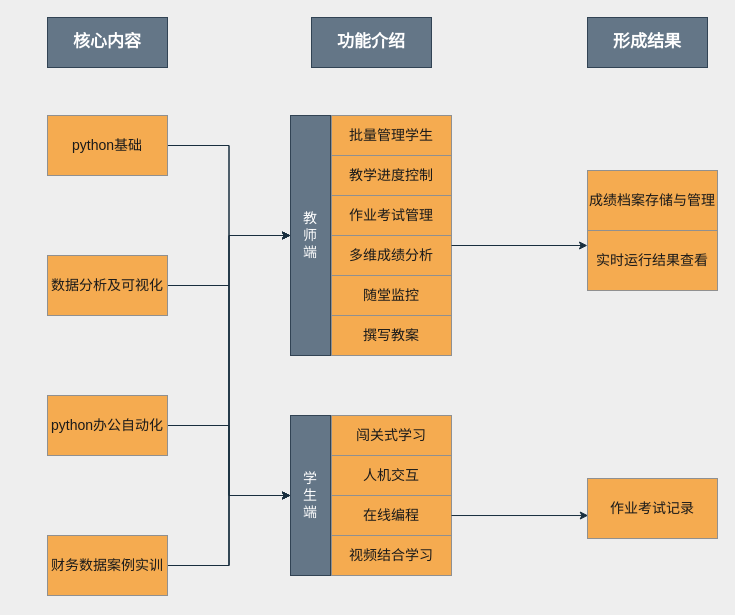
This is 未命名绘图.drawio from oldKing997/diagramsRepository, a draw.io file, before an edit. Source tidied: cells renumbered, new cells numbered last; positions are measured from the earlier drawing's top-left corner, leaving out a move shared by most shapes. Both pictures are drawn from the tidied source at 100%, with x=0, y=0 at pixel (47, 17).
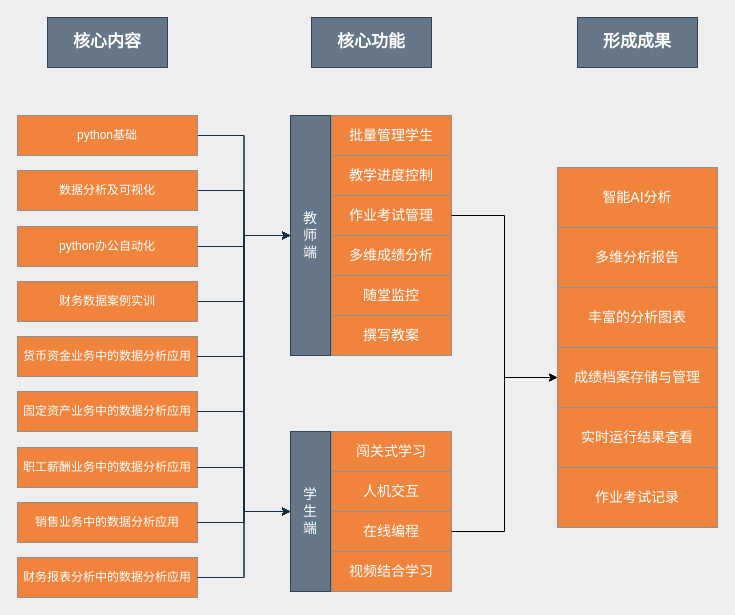
After the change.

Commit message:
更新未命名绘图.drawio

Unchanged cells that the change refers to:
```xml
<mxCell id="14" style="group;" parent="1" vertex="1">
  <mxGeometry x="243" y="98" width="161" height="240" as="geometry" />
</mxCell>
<mxCell id="15" value="教&lt;br style=&quot;font-size: 14px;&quot;&gt;师&lt;br style=&quot;font-size: 14px;&quot;&gt;端" style="rounded=0;whiteSpace=wrap;html=1;sketch=0;align=center;verticalAlign=middle;fillColor=#647687;strokeColor=#314354;fontSize=14;fontColor=#ffffff;" parent="14" vertex="1">
  <mxGeometry width="40" height="240" as="geometry" />
</mxCell>
<mxCell id="23" value="学&lt;br&gt;生&lt;br&gt;端" style="rounded=0;whiteSpace=wrap;html=1;sketch=0;align=center;verticalAlign=middle;fillColor=#647687;strokeColor=#314354;fontSize=14;fontColor=#ffffff;" parent="22" vertex="1">
  <mxGeometry width="40" height="160" as="geometry" />
</mxCell>
```

What changed in the source:
```diff
@@
-    <mxCell id="4" value="python基础" style="rounded=0;whiteSpace=wrap;html=1;fillColor=#F5AB50;strokeColor=#909090;fontColor=#1A1A1A;fontSize=14;" parent="1" vertex="1">
-      <mxGeometry y="98" width="120" height="60" as="geometry" />
+    <mxCell id="4" value="python基础" style="rounded=0;whiteSpace=wrap;html=1;fillColor=#F0843D;strokeColor=#909090;fontColor=#FFFFFF;fontSize=12;sketch=0;" parent="1" vertex="1">
+      <mxGeometry x="-30" y="98" width="180" height="40" as="geometry" />
     </mxCell>
@@
-    <mxCell id="7" value="数据分析及可视化" style="rounded=0;whiteSpace=wrap;html=1;sketch=0;fontColor=#1A1A1A;strokeColor=#909090;fillColor=#F5AB50;fontSize=14;" parent="1" vertex="1">
-      <mxGeometry y="238" width="120" height="60" as="geometry" />
+    <mxCell id="7" value="数据分析及可视化" style="rounded=0;whiteSpace=wrap;html=1;sketch=0;fontColor=#FFFFFF;strokeColor=#909090;fillColor=#F0843D;fontSize=12;" parent="1" vertex="1">
+      <mxGeometry x="-30" y="153" width="180" height="40" as="geometry" />
     </mxCell>
@@
-    <mxCell id="9" value="python办公自动化" style="rounded=0;whiteSpace=wrap;html=1;sketch=0;fontColor=#1A1A1A;strokeColor=#909090;fillColor=#F5AB50;fontSize=14;" parent="1" vertex="1">
-      <mxGeometry y="378" width="120" height="60" as="geometry" />
+    <mxCell id="9" value="python办公自动化" style="rounded=0;whiteSpace=wrap;html=1;sketch=0;fontColor=#FFFFFF;strokeColor=#909090;fillColor=#F0843D;fontSize=12;" parent="1" vertex="1">
+      <mxGeometry x="-30" y="209" width="180" height="40" as="geometry" />
     </mxCell>
-    <mxCell id="10" style="edgeStyle=orthogonalEdgeStyle;rounded=0;sketch=0;jettySize=auto;html=1;fontSize=14;fontColor=#1A1A1A;strokeColor=#182E3E;" parent="1" edge="1" source="13" target="23">
+    <mxCell id="10" style="edgeStyle=orthogonalEdgeStyle;rounded=0;sketch=0;jettySize=auto;html=1;fontSize=14;fontColor=#1A1A1A;strokeColor=#182E3E;entryX=0;entryY=0.5;entryDx=0;entryDy=0;" parent="1" edge="1" source="13" target="23">
       <mxGeometry relative="1" as="geometry" />
     </mxCell>
@@
-    <mxCell id="13" value="财务数据案例实训" style="rounded=0;whiteSpace=wrap;html=1;sketch=0;fontColor=#1A1A1A;strokeColor=#909090;fillColor=#F5AB50;fontSize=14;" parent="1" vertex="1">
-      <mxGeometry y="518" width="120" height="60" as="geometry" />
+    <mxCell id="13" value="财务数据案例实训" style="rounded=0;whiteSpace=wrap;html=1;sketch=0;fontColor=#FFFFFF;strokeColor=#909090;fillColor=#F0843D;fontSize=12;" parent="1" vertex="1">
+      <mxGeometry x="-30" y="264" width="180" height="40" as="geometry" />
     </mxCell>
@@
-    <mxCell id="16" value="&lt;p class=&quot;MsoBodyText&quot;&gt;批量管理学生&lt;span lang=&quot;EN-US&quot;&gt;&lt;/span&gt;&lt;/p&gt;" style="rounded=0;whiteSpace=wrap;html=1;sketch=0;fontSize=14;fontColor=#1A1A1A;strokeColor=#909090;fillColor=#F5AB50;align=center;verticalAlign=middle;" parent="14" vertex="1">
+    <mxCell id="16" value="&lt;p class=&quot;MsoBodyText&quot;&gt;批量管理学生&lt;span lang=&quot;EN-US&quot;&gt;&lt;/span&gt;&lt;/p&gt;" style="rounded=0;whiteSpace=wrap;html=1;sketch=0;fontSize=14;fontColor=#FFFFFF;strokeColor=#909090;fillColor=#F0843D;align=center;verticalAlign=middle;" parent="14" vertex="1">
       <mxGeometry x="41" width="120" height="40" as="geometry" />
     </mxCell>
-    <mxCell id="17" value="&lt;p class=&quot;MsoBodyText&quot;&gt;教学进度控制&lt;span lang=&quot;EN-US&quot;&gt;&lt;/span&gt;&lt;/p&gt;" style="rounded=0;whiteSpace=wrap;html=1;sketch=0;fontSize=14;fontColor=#1A1A1A;strokeColor=#909090;fillColor=#F5AB50;align=center;verticalAlign=middle;" parent="14" vertex="1">
+    <mxCell id="17" value="&lt;p class=&quot;MsoBodyText&quot;&gt;教学进度控制&lt;span lang=&quot;EN-US&quot;&gt;&lt;/span&gt;&lt;/p&gt;" style="rounded=0;whiteSpace=wrap;html=1;sketch=0;fontSize=14;fontColor=#FFFFFF;strokeColor=#909090;fillColor=#F0843D;align=center;verticalAlign=middle;" parent="14" vertex="1">
       <mxGeometry x="41" y="40" width="120" height="40" as="geometry" />
     </mxCell>
-    <mxCell id="18" value="&lt;p class=&quot;MsoBodyText&quot;&gt;作业考试管理&lt;span lang=&quot;EN-US&quot;&gt;&lt;/span&gt;&lt;/p&gt;" style="rounded=0;whiteSpace=wrap;html=1;sketch=0;fontSize=14;fontColor=#1A1A1A;strokeColor=#909090;fillColor=#F5AB50;align=center;verticalAlign=middle;" parent="14" vertex="1">
+    <mxCell id="18" value="&lt;p class=&quot;MsoBodyText&quot;&gt;作业考试管理&lt;span lang=&quot;EN-US&quot;&gt;&lt;/span&gt;&lt;/p&gt;" style="rounded=0;whiteSpace=wrap;html=1;sketch=0;fontSize=14;fontColor=#FFFFFF;strokeColor=#909090;fillColor=#F0843D;align=center;verticalAlign=middle;" parent="14" vertex="1">
       <mxGeometry x="41" y="80" width="120" height="40" as="geometry" />
     </mxCell>
-    <mxCell id="19" value="多维成绩分析" style="rounded=0;whiteSpace=wrap;html=1;sketch=0;fontSize=14;fontColor=#1A1A1A;strokeColor=#909090;fillColor=#F5AB50;align=center;verticalAlign=middle;" parent="14" vertex="1">
+    <mxCell id="19" value="多维成绩分析" style="rounded=0;whiteSpace=wrap;html=1;sketch=0;fontSize=14;fontColor=#FFFFFF;strokeColor=#909090;fillColor=#F0843D;align=center;verticalAlign=middle;" parent="14" vertex="1">
       <mxGeometry x="41" y="120" width="120" height="40" as="geometry" />
     </mxCell>
-    <mxCell id="20" value="&lt;p class=&quot;MsoBodyText&quot;&gt;随堂监控&lt;span lang=&quot;EN-US&quot;&gt;&lt;/span&gt;&lt;/p&gt;" style="rounded=0;whiteSpace=wrap;html=1;sketch=0;fontSize=14;fontColor=#1A1A1A;strokeColor=#909090;fillColor=#F5AB50;align=center;verticalAlign=middle;" parent="14" vertex="1">
+    <mxCell id="20" value="&lt;p class=&quot;MsoBodyText&quot;&gt;随堂监控&lt;span lang=&quot;EN-US&quot;&gt;&lt;/span&gt;&lt;/p&gt;" style="rounded=0;whiteSpace=wrap;html=1;sketch=0;fontSize=14;fontColor=#FFFFFF;strokeColor=#909090;fillColor=#F0843D;align=center;verticalAlign=middle;" parent="14" vertex="1">
       <mxGeometry x="41" y="160" width="120" height="40" as="geometry" />
     </mxCell>
-    <mxCell id="21" value="&lt;p class=&quot;MsoBodyText&quot;&gt;撰写教案&lt;span lang=&quot;EN-US&quot;&gt;&lt;/span&gt;&lt;/p&gt;" style="rounded=0;whiteSpace=wrap;html=1;sketch=0;fontSize=14;fontColor=#1A1A1A;strokeColor=#909090;fillColor=#F5AB50;align=center;verticalAlign=middle;" parent="14" vertex="1">
+    <mxCell id="21" value="&lt;p class=&quot;MsoBodyText&quot;&gt;撰写教案&lt;span lang=&quot;EN-US&quot;&gt;&lt;/span&gt;&lt;/p&gt;" style="rounded=0;whiteSpace=wrap;html=1;sketch=0;fontSize=14;fontColor=#FFFFFF;strokeColor=#909090;fillColor=#F0843D;align=center;verticalAlign=middle;" parent="14" vertex="1">
       <mxGeometry x="41" y="200" width="120" height="40" as="geometry" />
     </mxCell>
     <mxCell id="22" style="group;" parent="1" vertex="1">
-      <mxGeometry x="243" y="398" width="161" height="160" as="geometry" />
+      <mxGeometry x="243" y="414" width="161" height="160" as="geometry" />
     </mxCell>
@@
-    <mxCell id="24" value="闯关式学习" style="rounded=0;whiteSpace=wrap;html=1;sketch=0;fontSize=14;fontColor=#1A1A1A;strokeColor=#909090;fillColor=#F5AB50;align=center;verticalAlign=middle;" parent="22" vertex="1">
+    <mxCell id="24" value="闯关式学习" style="rounded=0;whiteSpace=wrap;html=1;sketch=0;fontSize=14;fontColor=#FFFFFF;strokeColor=#909090;fillColor=#F0843D;align=center;verticalAlign=middle;" parent="22" vertex="1">
       <mxGeometry x="41" width="120" height="40" as="geometry" />
     </mxCell>
-    <mxCell id="25" value="人机交互" style="rounded=0;whiteSpace=wrap;html=1;sketch=0;fontSize=14;fontColor=#1A1A1A;strokeColor=#909090;fillColor=#F5AB50;align=center;verticalAlign=middle;" parent="22" vertex="1">
+    <mxCell id="25" value="人机交互" style="rounded=0;whiteSpace=wrap;html=1;sketch=0;fontSize=14;fontColor=#FFFFFF;strokeColor=#909090;fillColor=#F0843D;align=center;verticalAlign=middle;" parent="22" vertex="1">
       <mxGeometry x="41" y="40" width="120" height="40" as="geometry" />
     </mxCell>
-    <mxCell id="26" value="在线编程" style="rounded=0;whiteSpace=wrap;html=1;sketch=0;fontSize=14;fontColor=#1A1A1A;strokeColor=#909090;fillColor=#F5AB50;align=center;verticalAlign=middle;" parent="22" vertex="1">
+    <mxCell id="26" value="在线编程" style="rounded=0;whiteSpace=wrap;html=1;sketch=0;fontSize=14;fontColor=#FFFFFF;strokeColor=#909090;fillColor=#F0843D;align=center;verticalAlign=middle;" parent="22" vertex="1">
       <mxGeometry x="41" y="80" width="120" height="40" as="geometry" />
     </mxCell>
-    <mxCell id="27" value="视频结合学习" style="rounded=0;whiteSpace=wrap;html=1;sketch=0;fontSize=14;fontColor=#1A1A1A;strokeColor=#909090;fillColor=#F5AB50;align=center;verticalAlign=middle;" parent="22" vertex="1">
+    <mxCell id="27" value="视频结合学习" style="rounded=0;whiteSpace=wrap;html=1;sketch=0;fontSize=14;fontColor=#FFFFFF;strokeColor=#909090;fillColor=#F0843D;align=center;verticalAlign=middle;" parent="22" vertex="1">
       <mxGeometry x="41" y="120" width="120" height="40" as="geometry" />
     </mxCell>
-    <mxCell id="28" style="edgeStyle=orthogonalEdgeStyle;rounded=0;sketch=0;jettySize=auto;html=1;fontSize=14;fontColor=#1A1A1A;strokeColor=#182E3E;entryX=0;entryY=0.25;entryDx=0;entryDy=0;exitX=1;exitY=0.25;exitDx=0;exitDy=0;" parent="1" edge="1" source="19" target="33">
-      <mxGeometry relative="1" as="geometry" />
-    </mxCell>
-    <mxCell id="29" style="edgeStyle=orthogonalEdgeStyle;rounded=0;sketch=0;jettySize=auto;html=1;entryX=0.006;entryY=0.617;entryDx=0;entryDy=0;entryPerimeter=0;fontSize=14;fontColor=#1A1A1A;strokeColor=#182E3E;" parent="1" edge="1" source="26" target="30">
-      <mxGeometry relative="1" as="geometry" />
-    </mxCell>
-    <mxCell id="30" value="&lt;p class=&quot;MsoBodyText&quot;&gt;作业考试记录&lt;span lang=&quot;EN-US&quot;&gt;&lt;/span&gt;&lt;/p&gt;" style="rounded=0;whiteSpace=wrap;html=1;sketch=0;fontSize=14;fontColor=#1A1A1A;strokeColor=#909090;fillColor=#F5AB50;align=center;verticalAlign=middle;" parent="1" vertex="1">
-      <mxGeometry x="540" y="461" width="130" height="60" as="geometry" />
-    </mxCell>
-    <mxCell id="31" style="group;" parent="1" vertex="1">
-      <mxGeometry x="540" y="153" width="130" height="120" as="geometry" />
-    </mxCell>
-    <mxCell id="32" value="&lt;span style=&quot;font-size: 10.5pt&quot;&gt;成绩档案存储与管理&lt;/span&gt;" style="rounded=0;whiteSpace=wrap;html=1;sketch=0;fontSize=14;fontColor=#1A1A1A;strokeColor=#909090;fillColor=#F5AB50;align=center;verticalAlign=middle;" parent="31" vertex="1">
-      <mxGeometry width="130" height="60" as="geometry" />
-    </mxCell>
-    <mxCell id="33" value="实时运行结果查看" style="rounded=0;whiteSpace=wrap;html=1;sketch=0;fontSize=14;fontColor=#1A1A1A;strokeColor=#909090;fillColor=#F5AB50;align=center;verticalAlign=middle;" parent="31" vertex="1">
-      <mxGeometry y="60" width="130" height="60" as="geometry" />
-    </mxCell>
@@
-    <mxCell id="35" value="功能介绍" style="rounded=0;whiteSpace=wrap;html=1;sketch=0;fontSize=17;fontColor=#ffffff;strokeColor=#314354;fillColor=#647687;align=center;verticalAlign=middle;fontStyle=1;" parent="1" vertex="1">
+    <mxCell id="35" value="核心功能" style="rounded=0;whiteSpace=wrap;html=1;sketch=0;fontSize=17;fontColor=#ffffff;strokeColor=#314354;fillColor=#647687;align=center;verticalAlign=middle;fontStyle=1;" parent="1" vertex="1">
       <mxGeometry x="264" width="120" height="50" as="geometry" />
     </mxCell>
-    <mxCell id="36" value="形成结果" style="rounded=0;whiteSpace=wrap;html=1;sketch=0;fontSize=17;fontColor=#ffffff;strokeColor=#314354;fillColor=#647687;align=center;verticalAlign=middle;fontStyle=1;" parent="1" vertex="1">
-      <mxGeometry x="540" width="120" height="50" as="geometry" />
+    <mxCell id="36" value="形成成果" style="rounded=0;whiteSpace=wrap;html=1;sketch=0;fontSize=17;fontColor=#ffffff;strokeColor=#314354;fillColor=#647687;align=center;verticalAlign=middle;fontStyle=1;" parent="1" vertex="1">
+      <mxGeometry x="530" width="120" height="50" as="geometry" />
     </mxCell>
+    <mxCell id="37" value="货币资金业务中的数据分析应用" style="rounded=0;whiteSpace=wrap;html=1;sketch=0;fontSize=12;fontColor=#FFFFFF;strokeColor=#909090;fillColor=#F0843D;align=center;verticalAlign=middle;" parent="1" vertex="1">
+      <mxGeometry x="-30" y="319" width="180" height="40" as="geometry" />
+    </mxCell>
+    <mxCell id="38" value="固定资产业务中的数据分析应用" style="rounded=0;whiteSpace=wrap;html=1;sketch=0;fontSize=12;fontColor=#FFFFFF;strokeColor=#909090;fillColor=#F0843D;align=center;verticalAlign=middle;" parent="1" vertex="1">
+      <mxGeometry x="-30" y="374" width="180" height="40" as="geometry" />
+    </mxCell>
+    <mxCell id="39" value="职工薪酬业务中的数据分析应用" style="rounded=0;whiteSpace=wrap;html=1;sketch=0;fontSize=12;fontColor=#FFFFFF;strokeColor=#909090;fillColor=#F0843D;align=center;verticalAlign=middle;" parent="1" vertex="1">
+      <mxGeometry x="-30" y="430" width="180" height="40" as="geometry" />
+    </mxCell>
+    <mxCell id="40" value="销售业务中的数据分析应用" style="rounded=0;whiteSpace=wrap;html=1;sketch=0;fontSize=12;fontColor=#FFFFFF;strokeColor=#909090;fillColor=#F0843D;align=center;verticalAlign=middle;" parent="1" vertex="1">
+      <mxGeometry x="-30" y="485" width="180" height="40" as="geometry" />
+    </mxCell>
+    <mxCell id="41" style="edgeStyle=orthogonalEdgeStyle;rounded=0;sketch=0;jettySize=auto;html=1;entryX=0;entryY=0.5;entryDx=0;entryDy=0;fontSize=14;fontColor=#1A1A1A;strokeColor=#182E3E;exitX=1;exitY=0.5;exitDx=0;exitDy=0;" parent="1" edge="1" source="37" target="15">
+      <mxGeometry relative="1" as="geometry" />
+    </mxCell>
+    <mxCell id="42" style="edgeStyle=orthogonalEdgeStyle;rounded=0;sketch=0;jettySize=auto;html=1;entryX=0;entryY=0.5;entryDx=0;entryDy=0;fontSize=14;fontColor=#1A1A1A;strokeColor=#182E3E;exitX=1;exitY=0.5;exitDx=0;exitDy=0;" parent="1" edge="1" source="38" target="15">
+      <mxGeometry relative="1" as="geometry" />
+    </mxCell>
+    <mxCell id="43" style="edgeStyle=orthogonalEdgeStyle;rounded=0;sketch=0;jettySize=auto;html=1;entryX=0;entryY=0.5;entryDx=0;entryDy=0;fontSize=14;fontColor=#1A1A1A;strokeColor=#182E3E;exitX=1;exitY=0.5;exitDx=0;exitDy=0;" parent="1" edge="1" source="39" target="15">
+      <mxGeometry relative="1" as="geometry" />
+    </mxCell>
+    <mxCell id="44" style="edgeStyle=orthogonalEdgeStyle;rounded=0;sketch=0;jettySize=auto;html=1;entryX=0;entryY=0.5;entryDx=0;entryDy=0;fontSize=14;fontColor=#1A1A1A;strokeColor=#182E3E;exitX=1;exitY=0.5;exitDx=0;exitDy=0;" parent="1" edge="1" source="40" target="15">
+      <mxGeometry relative="1" as="geometry" />
+    </mxCell>
+    <mxCell id="45" value="财务报表分析中的数据分析应用" style="rounded=0;whiteSpace=wrap;html=1;sketch=0;fontSize=12;fontColor=#FFFFFF;strokeColor=#909090;fillColor=#F0843D;align=center;verticalAlign=middle;" parent="1" vertex="1">
+      <mxGeometry x="-30" y="540" width="180" height="40" as="geometry" />
+    </mxCell>
+    <mxCell id="46" style="edgeStyle=orthogonalEdgeStyle;rounded=0;sketch=0;jettySize=auto;html=1;entryX=0;entryY=0.5;entryDx=0;entryDy=0;fontSize=14;fontColor=#1A1A1A;strokeColor=#182E3E;exitX=1;exitY=0.5;exitDx=0;exitDy=0;" parent="1" edge="1" source="45" target="15">
+      <mxGeometry relative="1" as="geometry" />
+    </mxCell>
+    <mxCell id="47" style="edgeStyle=orthogonalEdgeStyle;rounded=0;sketch=0;jettySize=auto;html=1;fontSize=14;fontColor=#1A1A1A;strokeColor=#182E3E;entryX=0;entryY=0.5;entryDx=0;entryDy=0;" parent="1" edge="1" source="37" target="23">
+      <mxGeometry relative="1" as="geometry" />
+    </mxCell>
+    <mxCell id="48" style="edgeStyle=orthogonalEdgeStyle;rounded=0;sketch=0;jettySize=auto;html=1;fontSize=14;fontColor=#1A1A1A;strokeColor=#182E3E;entryX=0;entryY=0.5;entryDx=0;entryDy=0;exitX=1;exitY=0.5;exitDx=0;exitDy=0;" parent="1" edge="1" source="38" target="23">
+      <mxGeometry relative="1" as="geometry" />
+    </mxCell>
+    <mxCell id="49" style="edgeStyle=orthogonalEdgeStyle;rounded=0;sketch=0;jettySize=auto;html=1;fontSize=14;fontColor=#1A1A1A;strokeColor=#182E3E;entryX=0;entryY=0.5;entryDx=0;entryDy=0;exitX=1;exitY=0.5;exitDx=0;exitDy=0;" parent="1" edge="1" source="39" target="23">
+      <mxGeometry relative="1" as="geometry" />
+    </mxCell>
+    <mxCell id="50" style="edgeStyle=orthogonalEdgeStyle;rounded=0;sketch=0;jettySize=auto;html=1;fontSize=14;fontColor=#1A1A1A;strokeColor=#182E3E;entryX=0;entryY=0.5;entryDx=0;entryDy=0;exitX=1;exitY=0.5;exitDx=0;exitDy=0;" parent="1" edge="1" source="40" target="23">
+      <mxGeometry relative="1" as="geometry" />
+    </mxCell>
+    <mxCell id="51" style="edgeStyle=orthogonalEdgeStyle;rounded=0;sketch=0;jettySize=auto;html=1;fontSize=14;fontColor=#1A1A1A;strokeColor=#182E3E;entryX=0;entryY=0.5;entryDx=0;entryDy=0;exitX=1;exitY=0.5;exitDx=0;exitDy=0;" parent="1" edge="1" source="45" target="23">
+      <mxGeometry relative="1" as="geometry" />
+    </mxCell>
+    <mxCell id="52" style="edgeStyle=orthogonalEdgeStyle;rounded=0;sketch=0;jettySize=auto;html=1;entryX=0;entryY=0.5;entryDx=0;entryDy=0;fontColor=#FFFFFF;exitX=1;exitY=0.5;exitDx=0;exitDy=0;" parent="1" edge="1" source="18" target="32">
+      <mxGeometry relative="1" as="geometry" />
+    </mxCell>
+    <mxCell id="53" style="edgeStyle=orthogonalEdgeStyle;rounded=0;sketch=0;jettySize=auto;html=1;entryX=0;entryY=0.5;entryDx=0;entryDy=0;fontColor=#FFFFFF;" parent="1" edge="1" source="26" target="32">
+      <mxGeometry relative="1" as="geometry" />
+    </mxCell>
+    <mxCell id="54" style="group;" parent="1" vertex="1">
+      <mxGeometry x="510" y="150" width="160" height="360" as="geometry" />
+    </mxCell>
+    <mxCell id="30" value="&lt;p class=&quot;MsoBodyText&quot;&gt;作业考试记录&lt;span lang=&quot;EN-US&quot;&gt;&lt;/span&gt;&lt;/p&gt;" style="rounded=0;whiteSpace=wrap;html=1;sketch=0;fontSize=14;fontColor=#FFFFFF;strokeColor=#909090;fillColor=#F0843D;align=center;verticalAlign=middle;" parent="54" vertex="1">
+      <mxGeometry y="300" width="160" height="60" as="geometry" />
+    </mxCell>
+    <mxCell id="55" value="智能AI分析" style="rounded=0;whiteSpace=wrap;html=1;sketch=0;fontSize=14;fontColor=#FFFFFF;strokeColor=#909090;fillColor=#F0843D;align=center;verticalAlign=middle;" parent="54" vertex="1">
+      <mxGeometry width="160" height="60" as="geometry" />
+    </mxCell>
+    <mxCell id="32" value="&lt;span style=&quot;font-size: 10.5pt&quot;&gt;成绩档案存储与管理&lt;/span&gt;" style="rounded=0;whiteSpace=wrap;html=1;sketch=0;fontSize=14;fontColor=#FFFFFF;strokeColor=#909090;fillColor=#F0843D;align=center;verticalAlign=middle;" parent="54" vertex="1">
+      <mxGeometry y="180" width="160" height="60" as="geometry" />
+    </mxCell>
+    <mxCell id="33" value="实时运行结果查看" style="rounded=0;whiteSpace=wrap;html=1;sketch=0;fontSize=14;fontColor=#FFFFFF;strokeColor=#909090;fillColor=#F0843D;align=center;verticalAlign=middle;" parent="54" vertex="1">
+      <mxGeometry y="240" width="160" height="60" as="geometry" />
+    </mxCell>
+    <mxCell id="56" value="&lt;p class=&quot;MsoBodyText&quot;&gt;丰富的分析图表&lt;span lang=&quot;EN-US&quot;&gt;&lt;/span&gt;&lt;/p&gt;" style="rounded=0;whiteSpace=wrap;html=1;sketch=0;fontSize=14;fontColor=#FFFFFF;strokeColor=#909090;fillColor=#F0843D;align=center;verticalAlign=middle;" parent="54" vertex="1">
+      <mxGeometry y="120" width="160" height="60" as="geometry" />
+    </mxCell>
+    <mxCell id="57" value="&lt;p class=&quot;MsoBodyText&quot;&gt;多维分析报告&lt;span lang=&quot;EN-US&quot;&gt;&lt;/span&gt;&lt;/p&gt;" style="rounded=0;whiteSpace=wrap;html=1;sketch=0;fontSize=14;fontColor=#FFFFFF;strokeColor=#909090;fillColor=#F0843D;align=center;verticalAlign=middle;" parent="54" vertex="1">
+      <mxGeometry y="60" width="160" height="60" as="geometry" />
+    </mxCell>
```
